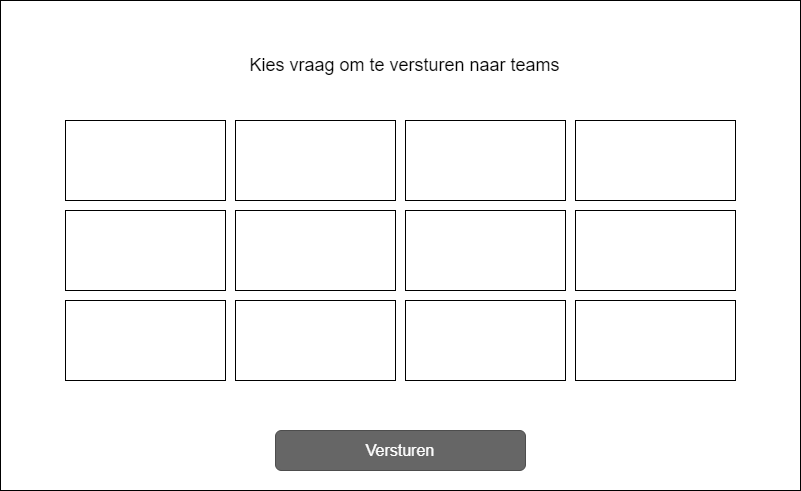
Above: Software Guidebook/wireframes/wireframes-Master (choose question).png in Patrickroelofs/HANICA-DWA-Quizzer (draw.io), before the change. Source tidied: cells renumbered, new cells last; positions are measured from the earlier drawing's top-left corner, leaving out a move shared by most shapes. Its diagram source:
```xml
<mxGraphModel>
  <root>
    <mxCell id="0" />
    <mxCell id="1" parent="0" />
    <mxCell id="2" style="rounded=0;whiteSpace=wrap;html=1;strokeColor=#000000;fillColor=#ffffff;fontSize=20;" parent="1" vertex="1">
      <mxGeometry width="800" height="490" as="geometry" />
    </mxCell>
    <mxCell id="3" value="&lt;font style=&quot;font-size: 18px&quot;&gt;Kies vraag om te versturen naar teams&lt;/font&gt;" style="text;html=1;align=center;verticalAlign=middle;fillColor=none;strokeColor=none;rounded=0;fontSize=18;" parent="1" vertex="1">
      <mxGeometry x="239" y="50" width="330" height="30" as="geometry" />
    </mxCell>
    <mxCell id="4" value="&lt;font style=&quot;font-size: 16px&quot;&gt;Versturen&lt;/font&gt;" style="rounded=1;html=1;shadow=0;dashed=0;whiteSpace=wrap;fontSize=10;fillColor=#666666;align=center;strokeColor=#4D4D4D;fontColor=#ffffff;" parent="1" vertex="1">
      <mxGeometry x="275" y="430" width="250" height="40" as="geometry" />
    </mxCell>
    <mxCell id="5" style="rounded=0;whiteSpace=wrap;html=1;strokeColor=#000000;fillColor=#ffffff;fontSize=18;" parent="1" vertex="1">
      <mxGeometry x="65" y="120" width="160" height="80" as="geometry" />
    </mxCell>
    <mxCell id="6" style="rounded=0;whiteSpace=wrap;html=1;strokeColor=#000000;fillColor=#ffffff;fontSize=18;" parent="1" vertex="1">
      <mxGeometry x="235" y="120" width="160" height="80" as="geometry" />
    </mxCell>
    <mxCell id="7" style="rounded=0;whiteSpace=wrap;html=1;strokeColor=#000000;fillColor=#ffffff;fontSize=18;" parent="1" vertex="1">
      <mxGeometry x="405" y="120" width="160" height="80" as="geometry" />
    </mxCell>
    <mxCell id="8" style="rounded=0;whiteSpace=wrap;html=1;strokeColor=#000000;fillColor=#ffffff;fontSize=18;" parent="1" vertex="1">
      <mxGeometry x="575" y="120" width="160" height="80" as="geometry" />
    </mxCell>
    <mxCell id="9" style="rounded=0;whiteSpace=wrap;html=1;strokeColor=#000000;fillColor=#ffffff;fontSize=18;" parent="1" vertex="1">
      <mxGeometry x="405" y="210" width="160" height="80" as="geometry" />
    </mxCell>
    <mxCell id="10" style="rounded=0;whiteSpace=wrap;html=1;strokeColor=#000000;fillColor=#ffffff;fontSize=18;" parent="1" vertex="1">
      <mxGeometry x="575" y="210" width="160" height="80" as="geometry" />
    </mxCell>
    <mxCell id="11" style="rounded=0;whiteSpace=wrap;html=1;strokeColor=#000000;fillColor=#ffffff;fontSize=18;" parent="1" vertex="1">
      <mxGeometry x="235" y="210" width="160" height="80" as="geometry" />
    </mxCell>
    <mxCell id="12" style="rounded=0;whiteSpace=wrap;html=1;strokeColor=#000000;fillColor=#ffffff;fontSize=18;" parent="1" vertex="1">
      <mxGeometry x="65" y="210" width="160" height="80" as="geometry" />
    </mxCell>
    <mxCell id="13" style="rounded=0;whiteSpace=wrap;html=1;strokeColor=#000000;fillColor=#ffffff;fontSize=18;" parent="1" vertex="1">
      <mxGeometry x="405" y="300" width="160" height="80" as="geometry" />
    </mxCell>
    <mxCell id="14" style="rounded=0;whiteSpace=wrap;html=1;strokeColor=#000000;fillColor=#ffffff;fontSize=18;" parent="1" vertex="1">
      <mxGeometry x="575" y="300" width="160" height="80" as="geometry" />
    </mxCell>
    <mxCell id="15" style="rounded=0;whiteSpace=wrap;html=1;strokeColor=#000000;fillColor=#ffffff;fontSize=18;" parent="1" vertex="1">
      <mxGeometry x="235" y="300" width="160" height="80" as="geometry" />
    </mxCell>
    <mxCell id="16" style="rounded=0;whiteSpace=wrap;html=1;strokeColor=#000000;fillColor=#ffffff;fontSize=18;" parent="1" vertex="1">
      <mxGeometry x="65" y="300" width="160" height="80" as="geometry" />
    </mxCell>
  </root>
</mxGraphModel>
```
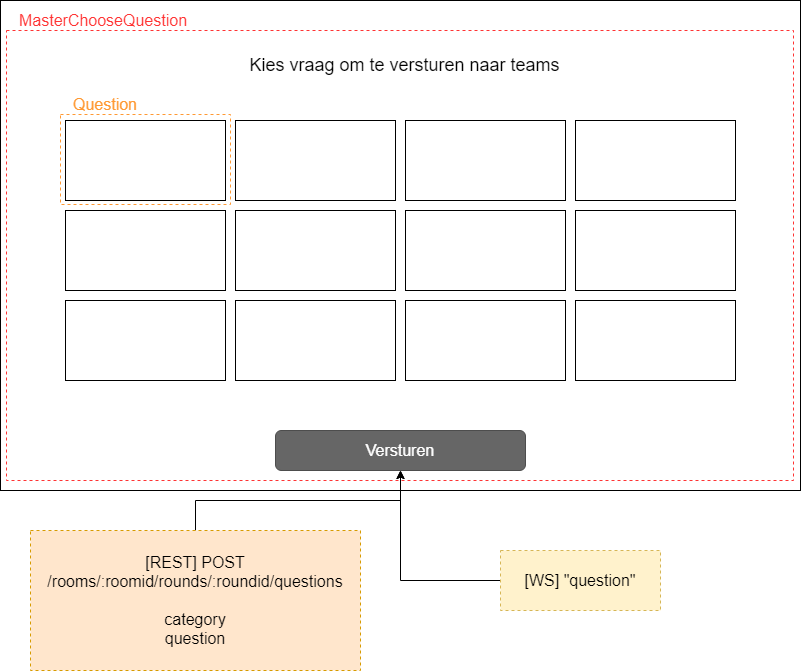
Above is the later version.

What changed in the source:
```diff
@@ -47,5 +47,31 @@
     <mxCell id="16" style="rounded=0;whiteSpace=wrap;html=1;strokeColor=#000000;fillColor=#ffffff;fontSize=18;" parent="1" vertex="1">
       <mxGeometry x="65" y="300" width="160" height="80" as="geometry" />
     </mxCell>
+    <mxCell id="17" style="edgeStyle=orthogonalEdgeStyle;rounded=0;jettySize=auto;html=1;entryX=0.5;entryY=1;entryDx=0;entryDy=0;fontSize=16;fontColor=#FF3333;" parent="1" edge="1" source="18" target="4">
+      <mxGeometry relative="1" as="geometry" />
+    </mxCell>
+    <mxCell id="18" value="[REST] POST&lt;br&gt;/rooms/:roomid/rounds/:roundid/questions&lt;br&gt;&lt;br&gt;category&lt;br&gt;question" style="rounded=0;whiteSpace=wrap;html=1;dashed=1;labelBackgroundColor=none;strokeColor=#d79b00;fillColor=#ffe6cc;fontSize=16;align=center;" parent="1" vertex="1">
+      <mxGeometry x="30" y="530" width="330" height="140" as="geometry" />
+    </mxCell>
+    <mxCell id="19" style="rounded=0;whiteSpace=wrap;html=1;dashed=1;labelBackgroundColor=none;strokeColor=#FF3333;fillColor=none;fontSize=16;fontColor=#FF3333;align=center;" parent="1" vertex="1">
+      <mxGeometry x="6" y="30" width="787" height="450" as="geometry" />
+    </mxCell>
+    <mxCell id="20" value="MasterChooseQuestion" style="text;html=1;strokeColor=none;fillColor=none;align=center;verticalAlign=middle;whiteSpace=wrap;rounded=0;dashed=1;labelBackgroundColor=none;fontSize=16;fontColor=#FF3333;" parent="1" vertex="1">
+      <mxGeometry x="6" y="10" width="194" height="20" as="geometry" />
+    </mxCell>
+    <mxCell id="21" style="rounded=0;whiteSpace=wrap;html=1;dashed=1;labelBackgroundColor=none;strokeColor=#FF9933;fillColor=none;fontSize=16;fontColor=#FF3333;align=center;" parent="1" vertex="1">
+      <mxGeometry x="60" y="114" width="170" height="90" as="geometry" />
+    </mxCell>
+    <mxCell id="22" value="Question" style="text;html=1;strokeColor=none;fillColor=none;align=center;verticalAlign=middle;whiteSpace=wrap;rounded=0;dashed=1;labelBackgroundColor=none;fontSize=16;fontColor=#FF9933;" parent="1" vertex="1">
+      <mxGeometry x="60" y="94" width="90" height="20" as="geometry" />
+    </mxCell>
+    <mxCell id="23" style="edgeStyle=orthogonalEdgeStyle;rounded=0;jettySize=auto;html=1;fontSize=16;fontColor=#FF3333;" parent="1" edge="1" source="24">
+      <mxGeometry relative="1" as="geometry">
+        <mxPoint x="400" y="470" as="targetPoint" />
+      </mxGeometry>
+    </mxCell>
+    <mxCell id="24" value="[WS] &quot;question&quot;" style="rounded=0;whiteSpace=wrap;html=1;dashed=1;labelBackgroundColor=none;strokeColor=#d6b656;fillColor=#fff2cc;fontSize=16;align=center;" parent="1" vertex="1">
+      <mxGeometry x="500" y="550" width="160" height="60" as="geometry" />
+    </mxCell>
   </root>
 </mxGraphModel>
```
